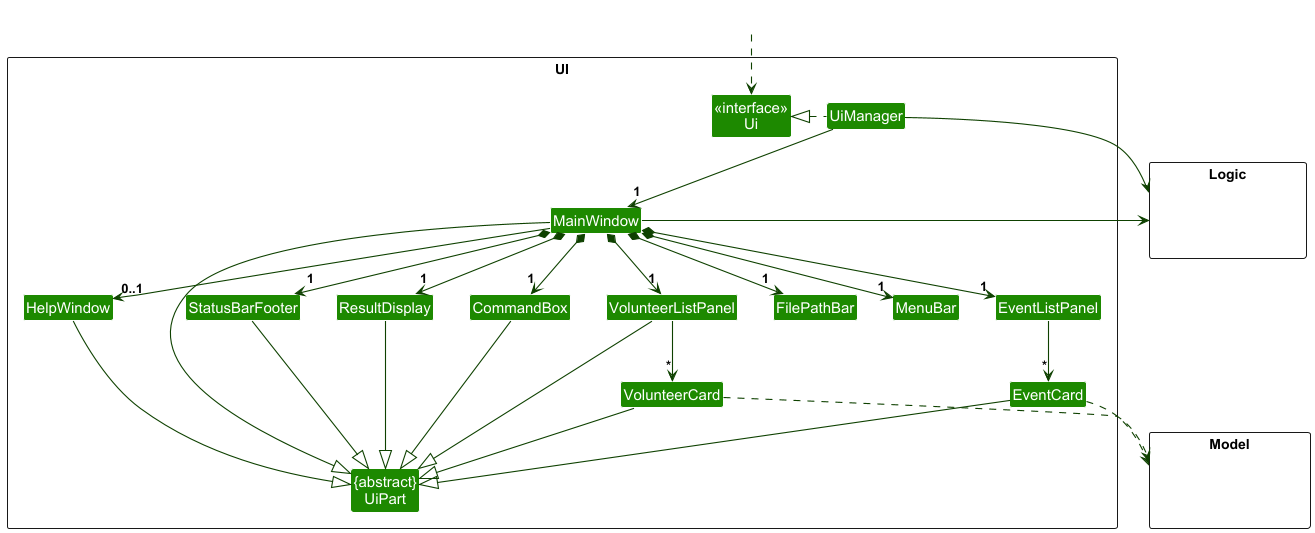
Earlier version of the PlantUML export docs/images/UiClassDiagram.png (nus-cs2103-AY2425S1/tp).
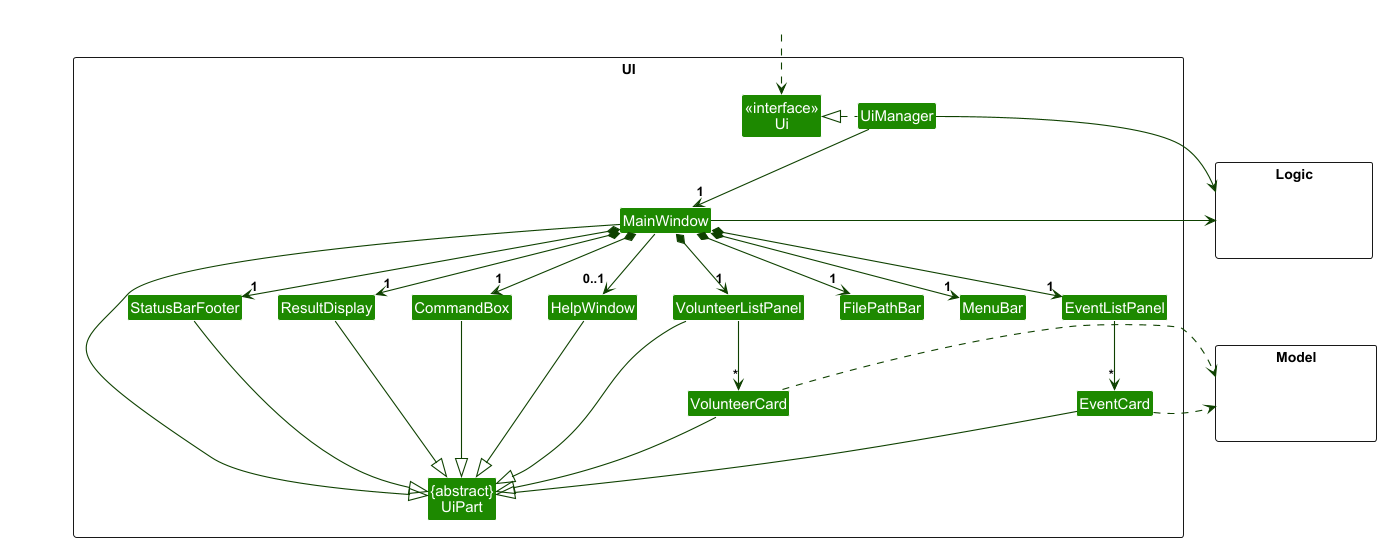
Above is the later version.

What changed in the source:
```diff
@@ -56,8 +56,8 @@
 StatusBarFooter --|> UiPart
 HelpWindow --|> UiPart
 
-VolunteerCard ..> Model
-EventCard ..> Model
+VolunteerCard .right.> Model
+EventCard .right.> Model
 UiManager -right-> Logic
 MainWindow -left-> Logic
 
```
